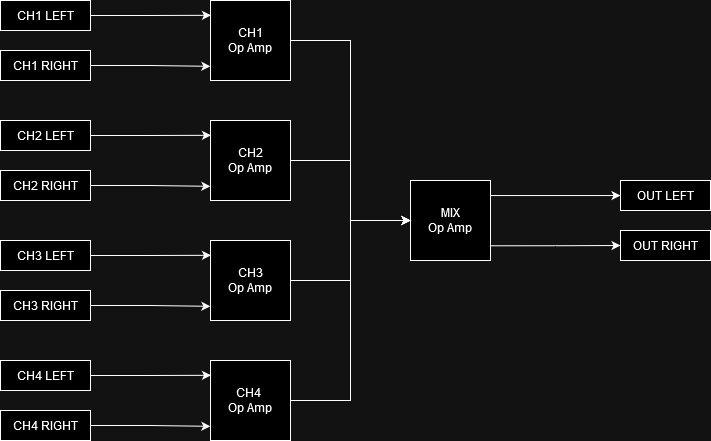
cracked-machine/Tiny4xPoweredStereoMixer keeps this draw.io diagram as BlockDiagram.drawio.png. Above is the earlier version. Source tidied: cells renumbered, new cells last; positions are measured from the earlier drawing's top-left corner, leaving out a move shared by most shapes.
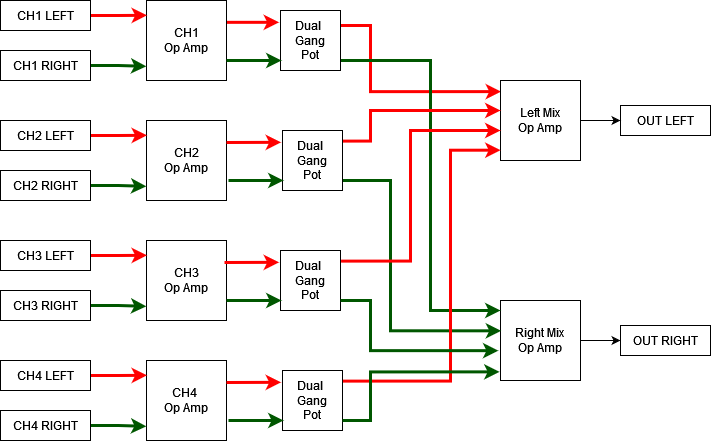
The same diagram one commit later.

Change to the diagram source:
```diff
@@ -2,25 +2,22 @@
   <root>
     <mxCell id="0" />
     <mxCell id="1" parent="0" />
-    <mxCell id="2" style="edgeStyle=orthogonalEdgeStyle;rounded=0;jettySize=auto;html=1;entryX=0;entryY=0.5;entryDx=0;entryDy=0;" parent="1" edge="1" source="3" target="6">
-      <mxGeometry relative="1" as="geometry" />
-    </mxCell>
+    <mxCell id="31" style="rounded=0;jettySize=auto;html=1;entryX=-0.024;entryY=0.197;entryDx=0;entryDy=0;entryPerimeter=0;exitX=0.976;exitY=0.273;exitDx=0;exitDy=0;exitPerimeter=0;strokeColor=#FF0000;strokeWidth=3;" parent="1" edge="1" source="3" target="34">
+      <mxGeometry relative="1" as="geometry" />
+    </mxCell>
     <mxCell id="3" value="&lt;div&gt;CH1&lt;/div&gt;&lt;div&gt;Op Amp&lt;/div&gt;" style="whiteSpace=wrap;html=1;" parent="1" vertex="1">
-      <mxGeometry x="210" width="80" height="80" as="geometry" />
+      <mxGeometry x="146" width="80" height="80" as="geometry" />
     </mxCell>
-    <mxCell id="4" style="edgeStyle=orthogonalEdgeStyle;rounded=0;jettySize=auto;html=1;exitX=0.983;exitY=0.188;exitDx=0;exitDy=0;exitPerimeter=0;" parent="1" edge="1" source="6" target="29">
-      <mxGeometry relative="1" as="geometry" />
-    </mxCell>
-    <mxCell id="5" style="edgeStyle=orthogonalEdgeStyle;rounded=0;jettySize=auto;html=1;exitX=1.002;exitY=0.816;exitDx=0;exitDy=0;exitPerimeter=0;" parent="1" edge="1" source="6" target="30">
+    <mxCell id="5" style="edgeStyle=orthogonalEdgeStyle;rounded=0;jettySize=auto;html=1;exitX=1;exitY=0.5;exitDx=0;exitDy=0;" parent="1" edge="1" source="6" target="30">
       <mxGeometry relative="1" as="geometry" />
     </mxCell>
-    <mxCell id="6" value="&lt;div&gt;MIX&lt;/div&gt;&lt;div&gt;Op Amp&lt;/div&gt;" style="whiteSpace=wrap;html=1;" parent="1" vertex="1">
-      <mxGeometry x="410" y="180" width="80" height="80" as="geometry" />
+    <mxCell id="6" value="&lt;div&gt;Right Mix&lt;br&gt;&lt;/div&gt;&lt;div&gt;Op Amp&lt;/div&gt;" style="whiteSpace=wrap;html=1;" parent="1" vertex="1">
+      <mxGeometry x="500" y="300" width="80" height="80" as="geometry" />
     </mxCell>
-    <mxCell id="7" style="edgeStyle=orthogonalEdgeStyle;rounded=0;jettySize=auto;html=1;entryX=-0.002;entryY=0.823;entryDx=0;entryDy=0;entryPerimeter=0;exitX=1;exitY=0.5;exitDx=0;exitDy=0;" parent="1" edge="1" source="10" target="3">
+    <mxCell id="7" style="edgeStyle=orthogonalEdgeStyle;rounded=0;jettySize=auto;html=1;entryX=-0.002;entryY=0.823;entryDx=0;entryDy=0;entryPerimeter=0;exitX=1;exitY=0.5;exitDx=0;exitDy=0;fillColor=#008a00;strokeColor=#005700;strokeWidth=3;" parent="1" edge="1" source="10" target="3">
       <mxGeometry relative="1" as="geometry" />
     </mxCell>
-    <mxCell id="8" style="edgeStyle=orthogonalEdgeStyle;rounded=0;jettySize=auto;html=1;entryX=0.006;entryY=0.185;entryDx=0;entryDy=0;entryPerimeter=0;exitX=1;exitY=0.5;exitDx=0;exitDy=0;" parent="1" edge="1" source="9" target="3">
+    <mxCell id="8" style="edgeStyle=orthogonalEdgeStyle;rounded=0;jettySize=auto;html=1;entryX=0.006;entryY=0.185;entryDx=0;entryDy=0;entryPerimeter=0;exitX=1;exitY=0.5;exitDx=0;exitDy=0;strokeColor=#FF0000;strokeWidth=3;" parent="1" edge="1" source="9" target="3">
       <mxGeometry relative="1" as="geometry" />
     </mxCell>
     <mxCell id="9" value="CH1 LEFT" style="rounded=0;whiteSpace=wrap;html=1;" parent="1" vertex="1">
@@ -29,16 +26,13 @@
     <mxCell id="10" value="CH1 RIGHT" style="rounded=0;whiteSpace=wrap;html=1;" parent="1" vertex="1">
       <mxGeometry y="50" width="90" height="30" as="geometry" />
     </mxCell>
-    <mxCell id="11" style="edgeStyle=orthogonalEdgeStyle;rounded=0;jettySize=auto;html=1;" parent="1" edge="1" source="12" target="6">
-      <mxGeometry relative="1" as="geometry" />
-    </mxCell>
     <mxCell id="12" value="&lt;div&gt;CH2&lt;/div&gt;&lt;div&gt;Op Amp&lt;/div&gt;" style="whiteSpace=wrap;html=1;" parent="1" vertex="1">
-      <mxGeometry x="210" y="120" width="80" height="80" as="geometry" />
+      <mxGeometry x="146" y="120" width="80" height="80" as="geometry" />
     </mxCell>
-    <mxCell id="13" style="edgeStyle=orthogonalEdgeStyle;rounded=0;jettySize=auto;html=1;entryX=-0.002;entryY=0.823;entryDx=0;entryDy=0;entryPerimeter=0;exitX=1;exitY=0.5;exitDx=0;exitDy=0;" parent="1" edge="1" source="16" target="12">
+    <mxCell id="13" style="edgeStyle=orthogonalEdgeStyle;rounded=0;jettySize=auto;html=1;entryX=-0.002;entryY=0.823;entryDx=0;entryDy=0;entryPerimeter=0;exitX=1;exitY=0.5;exitDx=0;exitDy=0;fillColor=#008a00;strokeColor=#005700;strokeWidth=3;" parent="1" edge="1" source="16" target="12">
       <mxGeometry relative="1" as="geometry" />
     </mxCell>
-    <mxCell id="14" style="edgeStyle=orthogonalEdgeStyle;rounded=0;jettySize=auto;html=1;entryX=0.006;entryY=0.185;entryDx=0;entryDy=0;entryPerimeter=0;exitX=1;exitY=0.5;exitDx=0;exitDy=0;" parent="1" edge="1" source="15" target="12">
+    <mxCell id="14" style="edgeStyle=orthogonalEdgeStyle;rounded=0;jettySize=auto;html=1;entryX=0.006;entryY=0.185;entryDx=0;entryDy=0;entryPerimeter=0;exitX=1;exitY=0.5;exitDx=0;exitDy=0;strokeColor=#FF0000;strokeWidth=3;" parent="1" edge="1" source="15" target="12">
       <mxGeometry relative="1" as="geometry" />
     </mxCell>
     <mxCell id="15" value="CH2 LEFT" style="rounded=0;whiteSpace=wrap;html=1;" parent="1" vertex="1">
@@ -47,16 +41,13 @@
     <mxCell id="16" value="CH2 RIGHT" style="rounded=0;whiteSpace=wrap;html=1;" parent="1" vertex="1">
       <mxGeometry y="170" width="90" height="30" as="geometry" />
     </mxCell>
-    <mxCell id="17" style="edgeStyle=orthogonalEdgeStyle;rounded=0;jettySize=auto;html=1;" parent="1" edge="1" source="18" target="6">
-      <mxGeometry relative="1" as="geometry" />
-    </mxCell>
     <mxCell id="18" value="&lt;div&gt;CH3&lt;/div&gt;&lt;div&gt;Op Amp&lt;/div&gt;" style="whiteSpace=wrap;html=1;" parent="1" vertex="1">
-      <mxGeometry x="210" y="240" width="80" height="80" as="geometry" />
+      <mxGeometry x="146" y="240" width="80" height="80" as="geometry" />
     </mxCell>
-    <mxCell id="19" style="edgeStyle=orthogonalEdgeStyle;rounded=0;jettySize=auto;html=1;entryX=-0.002;entryY=0.823;entryDx=0;entryDy=0;entryPerimeter=0;exitX=1;exitY=0.5;exitDx=0;exitDy=0;" parent="1" edge="1" source="22" target="18">
+    <mxCell id="19" style="edgeStyle=orthogonalEdgeStyle;rounded=0;jettySize=auto;html=1;entryX=-0.002;entryY=0.823;entryDx=0;entryDy=0;entryPerimeter=0;exitX=1;exitY=0.5;exitDx=0;exitDy=0;fillColor=#008a00;strokeColor=#005700;strokeWidth=3;" parent="1" edge="1" source="22" target="18">
       <mxGeometry relative="1" as="geometry" />
     </mxCell>
-    <mxCell id="20" style="edgeStyle=orthogonalEdgeStyle;rounded=0;jettySize=auto;html=1;entryX=0.006;entryY=0.185;entryDx=0;entryDy=0;entryPerimeter=0;exitX=1;exitY=0.5;exitDx=0;exitDy=0;" parent="1" edge="1" source="21" target="18">
+    <mxCell id="20" style="edgeStyle=orthogonalEdgeStyle;rounded=0;jettySize=auto;html=1;entryX=0.006;entryY=0.185;entryDx=0;entryDy=0;entryPerimeter=0;exitX=1;exitY=0.5;exitDx=0;exitDy=0;strokeColor=#FF0000;strokeWidth=3;" parent="1" edge="1" source="21" target="18">
       <mxGeometry relative="1" as="geometry" />
     </mxCell>
     <mxCell id="21" value="CH3 LEFT" style="rounded=0;whiteSpace=wrap;html=1;" parent="1" vertex="1">
@@ -65,16 +56,13 @@
     <mxCell id="22" value="CH3 RIGHT" style="rounded=0;whiteSpace=wrap;html=1;" parent="1" vertex="1">
       <mxGeometry y="290" width="90" height="30" as="geometry" />
     </mxCell>
-    <mxCell id="23" style="edgeStyle=orthogonalEdgeStyle;rounded=0;jettySize=auto;html=1;entryX=0;entryY=0.5;entryDx=0;entryDy=0;" parent="1" edge="1" source="24" target="6">
-      <mxGeometry relative="1" as="geometry" />
-    </mxCell>
     <mxCell id="24" value="&lt;div&gt;CH4&amp;nbsp;&lt;/div&gt;&lt;div&gt;Op Amp&lt;/div&gt;" style="whiteSpace=wrap;html=1;" parent="1" vertex="1">
-      <mxGeometry x="210" y="360" width="80" height="80" as="geometry" />
+      <mxGeometry x="146" y="360" width="80" height="80" as="geometry" />
     </mxCell>
-    <mxCell id="25" style="edgeStyle=orthogonalEdgeStyle;rounded=0;jettySize=auto;html=1;entryX=-0.002;entryY=0.823;entryDx=0;entryDy=0;entryPerimeter=0;exitX=1;exitY=0.5;exitDx=0;exitDy=0;" parent="1" edge="1" source="28" target="24">
+    <mxCell id="25" style="edgeStyle=orthogonalEdgeStyle;rounded=0;jettySize=auto;html=1;entryX=-0.002;entryY=0.823;entryDx=0;entryDy=0;entryPerimeter=0;exitX=1;exitY=0.5;exitDx=0;exitDy=0;fillColor=#008a00;strokeColor=#005700;strokeWidth=3;" parent="1" edge="1" source="28" target="24">
       <mxGeometry relative="1" as="geometry" />
     </mxCell>
-    <mxCell id="26" style="edgeStyle=orthogonalEdgeStyle;rounded=0;jettySize=auto;html=1;entryX=0.006;entryY=0.185;entryDx=0;entryDy=0;entryPerimeter=0;exitX=1;exitY=0.5;exitDx=0;exitDy=0;" parent="1" edge="1" source="27" target="24">
+    <mxCell id="26" style="edgeStyle=orthogonalEdgeStyle;rounded=0;jettySize=auto;html=1;entryX=0.006;entryY=0.185;entryDx=0;entryDy=0;entryPerimeter=0;exitX=1;exitY=0.5;exitDx=0;exitDy=0;strokeColor=#FF0000;strokeWidth=3;" parent="1" edge="1" source="27" target="24">
       <mxGeometry relative="1" as="geometry" />
     </mxCell>
     <mxCell id="27" value="CH4 LEFT" style="rounded=0;whiteSpace=wrap;html=1;" parent="1" vertex="1">
@@ -84,10 +72,133 @@
       <mxGeometry y="410" width="90" height="30" as="geometry" />
     </mxCell>
     <mxCell id="29" value="OUT LEFT" style="rounded=0;whiteSpace=wrap;html=1;" parent="1" vertex="1">
-      <mxGeometry x="620" y="180" width="90" height="30" as="geometry" />
+      <mxGeometry x="620" y="105" width="90" height="30" as="geometry" />
     </mxCell>
     <mxCell id="30" value="OUT RIGHT" style="rounded=0;whiteSpace=wrap;html=1;" parent="1" vertex="1">
-      <mxGeometry x="620" y="230" width="90" height="30" as="geometry" />
+      <mxGeometry x="620" y="325" width="90" height="30" as="geometry" />
     </mxCell>
+    <mxCell id="32" style="edgeStyle=orthogonalEdgeStyle;rounded=0;jettySize=auto;html=1;entryX=0.007;entryY=0.139;entryDx=0;entryDy=0;exitX=1;exitY=0.25;exitDx=0;exitDy=0;entryPerimeter=0;strokeColor=#FF0000;strokeWidth=3;" parent="1" edge="1" source="34" target="37">
+      <mxGeometry relative="1" as="geometry">
+        <Array as="points">
+          <mxPoint x="370" y="25" />
+          <mxPoint x="370" y="91" />
+        </Array>
+      </mxGeometry>
+    </mxCell>
+    <mxCell id="33" style="edgeStyle=orthogonalEdgeStyle;rounded=0;jettySize=auto;html=1;fillColor=#008a00;strokeColor=#005700;strokeWidth=3;" parent="1" edge="1" source="34" target="6">
+      <mxGeometry relative="1" as="geometry">
+        <Array as="points">
+          <mxPoint x="430" y="60" />
+          <mxPoint x="430" y="310" />
+        </Array>
+      </mxGeometry>
+    </mxCell>
+    <mxCell id="34" value="&lt;div&gt;Dual&amp;nbsp;&lt;/div&gt;&lt;div&gt;Gang &lt;br&gt;&lt;/div&gt;&lt;div&gt;Pot&lt;br&gt;&lt;/div&gt;" style="whiteSpace=wrap;html=1;" parent="1" vertex="1">
+      <mxGeometry x="280" y="10" width="60" height="60" as="geometry" />
+    </mxCell>
+    <mxCell id="35" style="rounded=0;orthogonalLoop=1;jettySize=auto;html=1;entryX=-0.024;entryY=0.197;entryDx=0;entryDy=0;entryPerimeter=0;exitX=0.976;exitY=0.273;exitDx=0;exitDy=0;exitPerimeter=0;fillColor=#008a00;strokeColor=#005700;strokeWidth=3;" parent="1" edge="1">
+      <mxGeometry relative="1" as="geometry">
+        <mxPoint x="226" y="60" as="sourcePoint" />
+        <mxPoint x="281" y="60" as="targetPoint" />
+      </mxGeometry>
+    </mxCell>
+    <mxCell id="36" style="edgeStyle=orthogonalEdgeStyle;rounded=0;jettySize=auto;html=1;entryX=0;entryY=0.5;entryDx=0;entryDy=0;" parent="1" edge="1" source="37" target="29">
+      <mxGeometry relative="1" as="geometry" />
+    </mxCell>
+    <mxCell id="37" value="&lt;div&gt;Left Mix&lt;br&gt;&lt;/div&gt;&lt;div&gt;Op Amp&lt;/div&gt;" style="whiteSpace=wrap;html=1;" parent="1" vertex="1">
+      <mxGeometry x="500" y="80" width="80" height="80" as="geometry" />
+    </mxCell>
+    <mxCell id="38" style="rounded=0;jettySize=auto;html=1;entryX=-0.024;entryY=0.197;entryDx=0;entryDy=0;entryPerimeter=0;exitX=0.976;exitY=0.273;exitDx=0;exitDy=0;exitPerimeter=0;strokeColor=#FF0000;strokeWidth=3;" parent="1" edge="1" target="41">
+      <mxGeometry relative="1" as="geometry">
+        <mxPoint x="226" y="142" as="sourcePoint" />
+      </mxGeometry>
+    </mxCell>
+    <mxCell id="39" style="edgeStyle=orthogonalEdgeStyle;rounded=0;jettySize=auto;html=1;exitX=0.999;exitY=0.177;exitDx=0;exitDy=0;exitPerimeter=0;strokeColor=#FF0000;strokeWidth=3;" parent="1" edge="1" source="41">
+      <mxGeometry relative="1" as="geometry">
+        <mxPoint x="500" y="110" as="targetPoint" />
+        <Array as="points">
+          <mxPoint x="370" y="141" />
+          <mxPoint x="370" y="110" />
+        </Array>
+      </mxGeometry>
+    </mxCell>
+    <mxCell id="40" style="edgeStyle=orthogonalEdgeStyle;rounded=0;jettySize=auto;html=1;entryX=0.008;entryY=0.379;entryDx=0;entryDy=0;entryPerimeter=0;fillColor=#008a00;strokeColor=#005700;strokeWidth=3;" parent="1" edge="1" source="41" target="6">
+      <mxGeometry relative="1" as="geometry">
+        <Array as="points">
+          <mxPoint x="390" y="180" />
+          <mxPoint x="390" y="330" />
+        </Array>
+      </mxGeometry>
+    </mxCell>
+    <mxCell id="41" value="&lt;div&gt;Dual&amp;nbsp;&lt;/div&gt;&lt;div&gt;Gang &lt;br&gt;&lt;/div&gt;&lt;div&gt;Pot&lt;br&gt;&lt;/div&gt;" style="whiteSpace=wrap;html=1;" parent="1" vertex="1">
+      <mxGeometry x="282" y="130" width="60" height="60" as="geometry" />
+    </mxCell>
+    <mxCell id="42" style="rounded=0;orthogonalLoop=1;jettySize=auto;html=1;entryX=-0.024;entryY=0.197;entryDx=0;entryDy=0;entryPerimeter=0;exitX=0.976;exitY=0.273;exitDx=0;exitDy=0;exitPerimeter=0;fillColor=#008a00;strokeColor=#005700;strokeWidth=3;" parent="1" edge="1">
+      <mxGeometry relative="1" as="geometry">
+        <mxPoint x="228" y="180" as="sourcePoint" />
+        <mxPoint x="283" y="180" as="targetPoint" />
+      </mxGeometry>
+    </mxCell>
+    <mxCell id="43" style="rounded=0;jettySize=auto;html=1;entryX=-0.024;entryY=0.197;entryDx=0;entryDy=0;entryPerimeter=0;exitX=0.976;exitY=0.273;exitDx=0;exitDy=0;exitPerimeter=0;strokeColor=#FF0000;strokeWidth=3;" parent="1" edge="1" target="45">
+      <mxGeometry relative="1" as="geometry">
+        <mxPoint x="224" y="262" as="sourcePoint" />
+      </mxGeometry>
+    </mxCell>
+    <mxCell id="44" style="edgeStyle=orthogonalEdgeStyle;rounded=0;jettySize=auto;html=1;exitX=1.009;exitY=0.177;exitDx=0;exitDy=0;exitPerimeter=0;strokeColor=#FF0000;strokeWidth=3;" parent="1" edge="1" source="45">
+      <mxGeometry relative="1" as="geometry">
+        <mxPoint x="500" y="130" as="targetPoint" />
+        <Array as="points">
+          <mxPoint x="410" y="261" />
+          <mxPoint x="410" y="130" />
+        </Array>
+      </mxGeometry>
+    </mxCell>
+    <mxCell id="45" value="&lt;div&gt;Dual&amp;nbsp;&lt;/div&gt;&lt;div&gt;Gang &lt;br&gt;&lt;/div&gt;&lt;div&gt;Pot&lt;br&gt;&lt;/div&gt;" style="whiteSpace=wrap;html=1;" parent="1" vertex="1">
+      <mxGeometry x="280" y="250" width="60" height="60" as="geometry" />
+    </mxCell>
+    <mxCell id="46" style="rounded=0;orthogonalLoop=1;jettySize=auto;html=1;entryX=-0.024;entryY=0.197;entryDx=0;entryDy=0;entryPerimeter=0;exitX=0.976;exitY=0.273;exitDx=0;exitDy=0;exitPerimeter=0;fillColor=#008a00;strokeColor=#005700;strokeWidth=3;" parent="1" edge="1">
+      <mxGeometry relative="1" as="geometry">
+        <mxPoint x="226" y="300" as="sourcePoint" />
+        <mxPoint x="281" y="300" as="targetPoint" />
+      </mxGeometry>
+    </mxCell>
+    <mxCell id="47" style="rounded=0;jettySize=auto;html=1;entryX=-0.024;entryY=0.197;entryDx=0;entryDy=0;entryPerimeter=0;exitX=0.976;exitY=0.273;exitDx=0;exitDy=0;exitPerimeter=0;strokeColor=#FF0000;strokeWidth=3;" parent="1" edge="1" target="48">
+      <mxGeometry relative="1" as="geometry">
+        <mxPoint x="226" y="382" as="sourcePoint" />
+      </mxGeometry>
+    </mxCell>
+    <mxCell id="48" value="&lt;div&gt;Dual&amp;nbsp;&lt;/div&gt;&lt;div&gt;Gang &lt;br&gt;&lt;/div&gt;&lt;div&gt;Pot&lt;br&gt;&lt;/div&gt;" style="whiteSpace=wrap;html=1;" parent="1" vertex="1">
+      <mxGeometry x="282" y="370" width="60" height="60" as="geometry" />
+    </mxCell>
+    <mxCell id="49" style="rounded=0;orthogonalLoop=1;jettySize=auto;html=1;entryX=-0.024;entryY=0.197;entryDx=0;entryDy=0;entryPerimeter=0;exitX=0.976;exitY=0.273;exitDx=0;exitDy=0;exitPerimeter=0;fillColor=#008a00;strokeColor=#005700;strokeWidth=3;" parent="1" edge="1">
+      <mxGeometry relative="1" as="geometry">
+        <mxPoint x="228" y="420" as="sourcePoint" />
+        <mxPoint x="283" y="420" as="targetPoint" />
+      </mxGeometry>
+    </mxCell>
+    <mxCell id="50" style="edgeStyle=orthogonalEdgeStyle;rounded=0;jettySize=auto;html=1;entryX=0.001;entryY=0.871;entryDx=0;entryDy=0;exitX=1.007;exitY=0.177;exitDx=0;exitDy=0;exitPerimeter=0;strokeColor=#FF0000;strokeWidth=3;entryPerimeter=0;" parent="1" edge="1" source="48" target="37">
+      <mxGeometry relative="1" as="geometry">
+        <Array as="points">
+          <mxPoint x="450" y="381" />
+          <mxPoint x="450" y="150" />
+        </Array>
+      </mxGeometry>
+    </mxCell>
+    <mxCell id="51" style="edgeStyle=orthogonalEdgeStyle;rounded=0;jettySize=auto;html=1;entryX=-0.027;entryY=0.627;entryDx=0;entryDy=0;entryPerimeter=0;fillColor=#008a00;strokeColor=#005700;strokeWidth=3;" parent="1" edge="1" source="45" target="6">
+      <mxGeometry relative="1" as="geometry">
+        <Array as="points">
+          <mxPoint x="370" y="300" />
+          <mxPoint x="370" y="350" />
+        </Array>
+      </mxGeometry>
+    </mxCell>
+    <mxCell id="52" style="edgeStyle=orthogonalEdgeStyle;rounded=0;jettySize=auto;html=1;entryX=-0.012;entryY=0.892;entryDx=0;entryDy=0;entryPerimeter=0;fillColor=#008a00;strokeColor=#005700;strokeWidth=3;" parent="1" edge="1" source="48" target="6">
+      <mxGeometry relative="1" as="geometry">
+        <Array as="points">
+          <mxPoint x="370" y="420" />
+          <mxPoint x="370" y="371" />
+        </Array>
+      </mxGeometry>
+    </mxCell>
   </root>
 </mxGraphModel>
```
